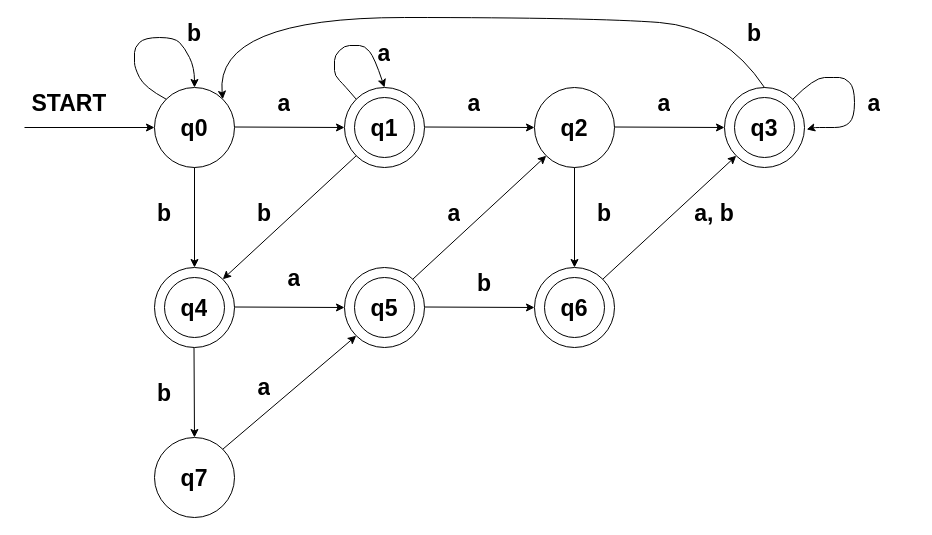
MonaJea-Ng/Projects keeps this draw.io diagram as AutomataAct.drawio. Above is the earlier version. Source tidied: cells renumbered, new cells numbered last; positions are measured from the earlier drawing's top-left corner, leaving out a move shared by most shapes. Both pictures are drawn from the tidied source at 100%, with x=0, y=0 at pixel (24, 17).
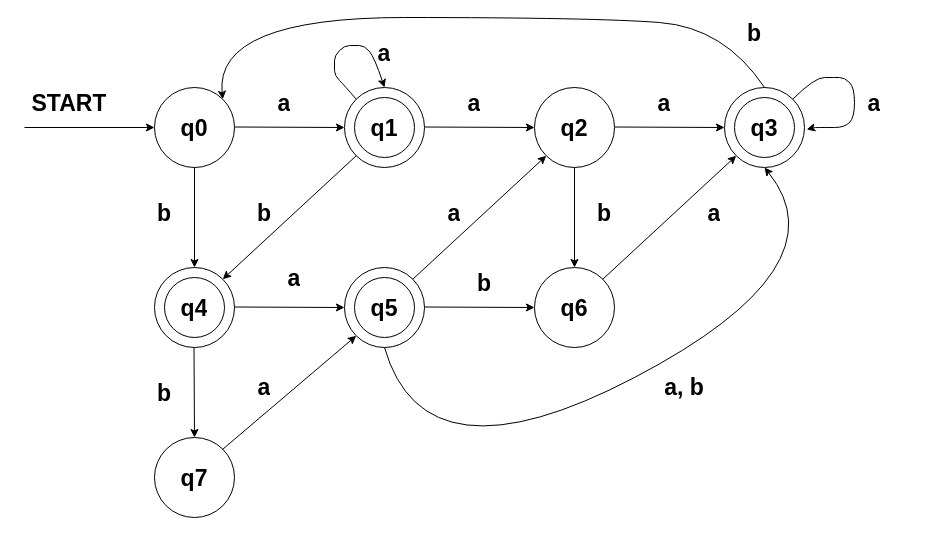
The same page after the edit.

The change refers to these unchanged cells:
```xml
<mxCell id="3" style="ellipse;whiteSpace=wrap;html=1;" parent="1" vertex="1">
  <mxGeometry x="130" y="70" width="80" height="80" as="geometry" />
</mxCell>
<mxCell id="9" style="ellipse;whiteSpace=wrap;html=1;" parent="1" vertex="1">
  <mxGeometry x="700" y="70" width="80" height="80" as="geometry" />
</mxCell>
<mxCell id="11" style="ellipse;whiteSpace=wrap;html=1;" parent="1" vertex="1">
  <mxGeometry x="320" y="250" width="80" height="80" as="geometry" />
</mxCell>
```

Change to the diagram source:
```diff
@@
-    <mxCell id="25" style="ellipse;whiteSpace=wrap;html=1;" parent="1" vertex="1">
-      <mxGeometry x="520" y="260" width="60" height="60" as="geometry" />
-    </mxCell>
@@
-    <mxCell id="30" style="curved=1;endArrow=classic;html=1;rounded=0;entryX=0.5;entryY=0;entryDx=0;entryDy=0;exitX=0;exitY=0;exitDx=0;exitDy=0;" parent="1" edge="1" source="3" target="3">
-      <mxGeometry relative="1" as="geometry">
-        <Array as="points">
-          <mxPoint x="120" y="70" />
-          <mxPoint x="110" y="50" />
-          <mxPoint x="110" y="40" />
-          <mxPoint x="110" y="30" />
-          <mxPoint x="120" y="20" />
-          <mxPoint x="150" y="20" />
-          <mxPoint x="160" y="30" />
-          <mxPoint x="170" y="50" />
-        </Array>
-      </mxGeometry>
-    </mxCell>
@@
-    <mxCell id="48" value="&lt;b&gt;&lt;font style=&quot;font-size: 23px;&quot;&gt;a, b&lt;/font&gt;&lt;/b&gt;" style="text;strokeColor=none;fillColor=none;align=center;verticalAlign=middle;spacingLeft=4;spacingRight=4;overflow=hidden;whiteSpace=wrap;html=1;" parent="1" vertex="1">
+    <mxCell id="48" value="&lt;b&gt;&lt;font style=&quot;font-size: 23px;&quot;&gt;a&lt;/font&gt;&lt;/b&gt;" style="text;strokeColor=none;fillColor=none;align=center;verticalAlign=middle;spacingLeft=4;spacingRight=4;overflow=hidden;whiteSpace=wrap;html=1;" parent="1" vertex="1">
       <mxGeometry x="650" y="180" width="80" height="30" as="geometry" />
     </mxCell>
-    <mxCell id="49" value="&lt;b&gt;&lt;font style=&quot;font-size: 23px;&quot;&gt;b&lt;/font&gt;&lt;/b&gt;" style="text;strokeColor=none;fillColor=none;align=center;verticalAlign=middle;spacingLeft=4;spacingRight=4;overflow=hidden;whiteSpace=wrap;html=1;" parent="1" vertex="1">
-      <mxGeometry x="130" width="80" height="30" as="geometry" />
-    </mxCell>
@@
+    <mxCell id="57" style="curved=1;endArrow=classic;html=1;rounded=0;entryX=0.5;entryY=1;entryDx=0;entryDy=0;exitX=0.5;exitY=1;exitDx=0;exitDy=0;" parent="1" edge="1" source="11" target="9">
+      <mxGeometry relative="1" as="geometry">
+        <Array as="points">
+          <mxPoint x="400" y="470" />
+          <mxPoint x="820" y="250" />
+        </Array>
+      </mxGeometry>
+    </mxCell>
+    <mxCell id="58" value="&lt;b&gt;&lt;font style=&quot;font-size: 23px;&quot;&gt;a, b&lt;/font&gt;&lt;/b&gt;" style="text;strokeColor=none;fillColor=none;align=center;verticalAlign=middle;spacingLeft=4;spacingRight=4;overflow=hidden;whiteSpace=wrap;html=1;" parent="1" vertex="1">
+      <mxGeometry x="620" y="354" width="80" height="30" as="geometry" />
+    </mxCell>
```
